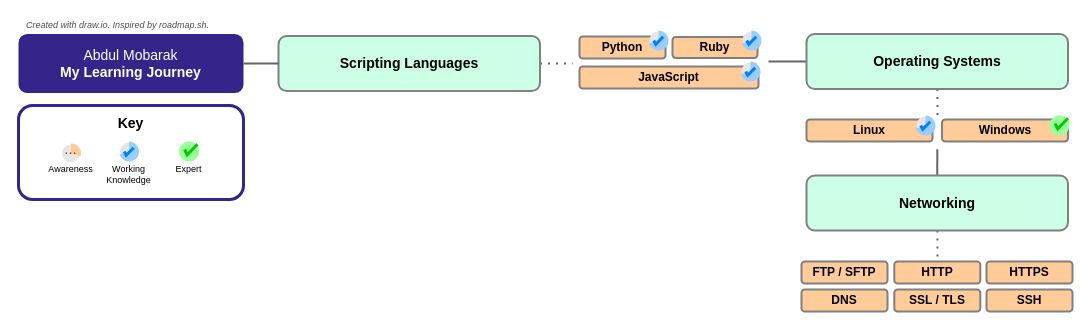
Earlier version of the draw.io diagram MyLearning.drawio (abdulrm94/my-learning). Source tidied: cells renumbered, new cells numbered last; positions are measured from the earlier drawing's top-left corner, leaving out a move shared by most shapes. Both pictures are drawn from the tidied source at 100%, with x=0, y=0 at pixel (18, 17).
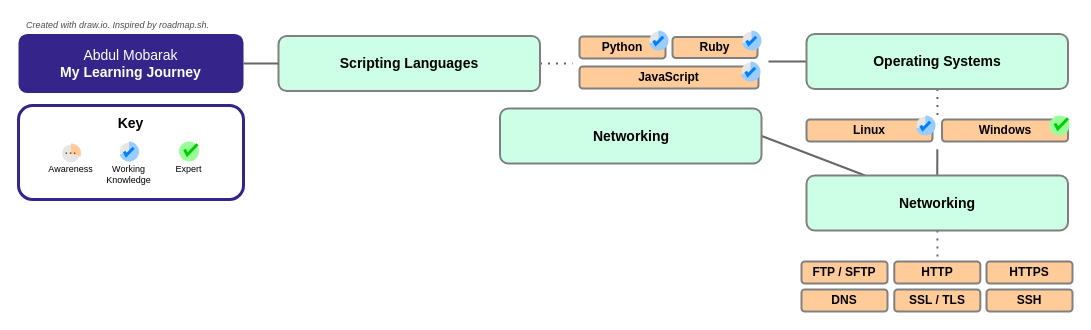
Above is the later version.

The change refers to these unchanged cells:
```xml
<mxCell id="42" value="Networking" style="text;strokeColor=#808080;fillColor=#CCFFE6;align=center;verticalAlign=middle;spacingLeft=0;spacingRight=0;overflow=hidden;points=[[0,0.5],[1,0.5]];portConstraint=eastwest;whiteSpace=wrap;html=1;spacing=0;fontStyle=1;strokeWidth=2;rounded=1;fontSize=14;comic=0;" parent="1" vertex="1" collapsed="1">
  <mxGeometry x="788" y="158" width="261.5" height="55" as="geometry" />
</mxCell>
```

The edit, as a diff of the source:
```diff
@@
+    <mxCell id="59" style="edgeStyle=none;shape=connector;rounded=0;jettySize=auto;html=1;labelBackgroundColor=default;strokeColor=#666666;strokeWidth=2;fontFamily=Helvetica;fontSize=12;fontColor=default;endArrow=none;entryX=1;entryY=0.5;entryDx=0;entryDy=0;" parent="1" edge="1" source="42" target="60">
+      <mxGeometry relative="1" as="geometry" />
+    </mxCell>
@@
+    <mxCell id="60" value="Networking" style="text;strokeColor=#808080;fillColor=#CCFFE6;align=center;verticalAlign=middle;spacingLeft=0;spacingRight=0;overflow=hidden;points=[[0,0.5],[1,0.5]];portConstraint=eastwest;whiteSpace=wrap;html=1;spacing=0;fontStyle=1;strokeWidth=2;rounded=1;fontSize=14;comic=0;" parent="1" vertex="1" collapsed="1">
+      <mxGeometry x="481.5" y="91" width="261.5" height="55" as="geometry" />
+    </mxCell>
```
